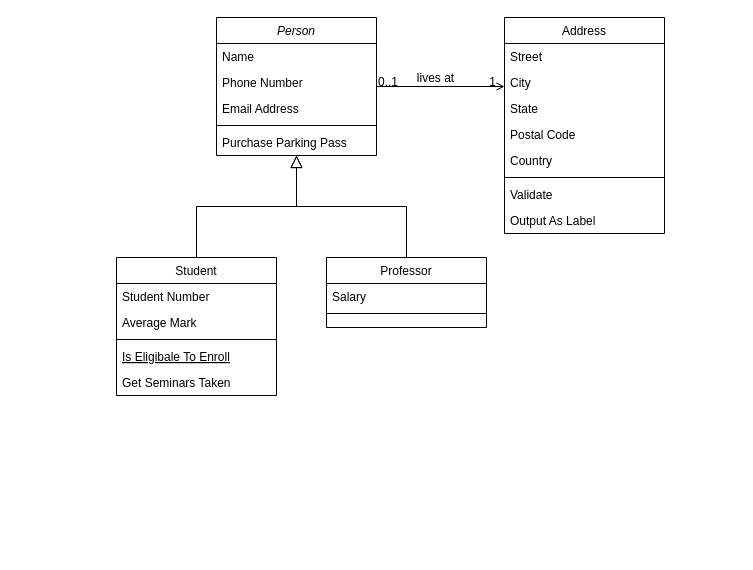
Earlier version of the draw.io diagram Untitled Diagram.drawio (Yulia1204/git). Source tidied: cells renumbered, new cells numbered last; positions are measured from the earlier drawing's top-left corner, leaving out a move shared by most shapes. Both pictures are drawn from the tidied source at 100%, with x=0, y=0 at pixel (116, 17).
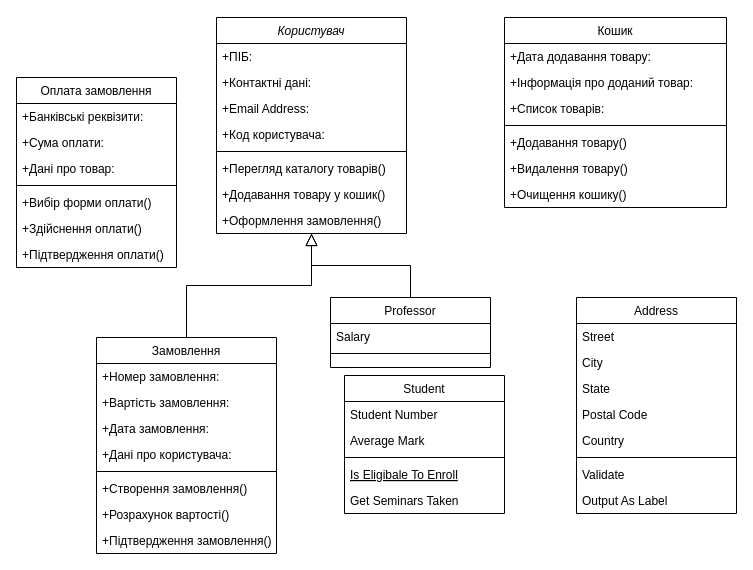
The same page after the edit.

Change to the diagram source:
```diff
@@
-    <mxCell id="2" value="Person" style="swimlane;fontStyle=2;align=center;verticalAlign=top;horizontal=1;startSize=26;rounded=0;shadow=0;strokeWidth=1;" parent="1" vertex="1">
-      <mxGeometry x="100" width="160" height="138" as="geometry" />
+    <mxCell id="2" value="Користувач" style="swimlane;fontStyle=2;align=center;verticalAlign=top;horizontal=1;startSize=26;rounded=0;shadow=0;strokeWidth=1;" parent="1" vertex="1">
+      <mxGeometry x="100" width="190" height="216" as="geometry" />
     </mxCell>
-    <mxCell id="3" value="Name" style="text;align=left;verticalAlign=top;spacingLeft=4;spacingRight=4;overflow=hidden;" parent="2" vertex="1">
-      <mxGeometry y="26" width="160" height="26" as="geometry" />
+    <mxCell id="3" value="+ПІБ:" style="text;align=left;verticalAlign=top;spacingLeft=4;spacingRight=4;overflow=hidden;" parent="2" vertex="1">
+      <mxGeometry y="26" width="190" height="26" as="geometry" />
     </mxCell>
-    <mxCell id="4" value="Phone Number" style="text;align=left;verticalAlign=top;spacingLeft=4;spacingRight=4;overflow=hidden;rounded=0;shadow=0;html=0;" parent="2" vertex="1">
-      <mxGeometry y="52" width="160" height="26" as="geometry" />
+    <mxCell id="4" value="+Контактні дані:" style="text;align=left;verticalAlign=top;spacingLeft=4;spacingRight=4;overflow=hidden;rounded=0;shadow=0;html=0;" parent="2" vertex="1">
+      <mxGeometry y="52" width="190" height="26" as="geometry" />
     </mxCell>
-    <mxCell id="5" value="Email Address" style="text;align=left;verticalAlign=top;spacingLeft=4;spacingRight=4;overflow=hidden;rounded=0;shadow=0;html=0;" parent="2" vertex="1">
-      <mxGeometry y="78" width="160" height="26" as="geometry" />
+    <mxCell id="5" value="+Email Address:" style="text;align=left;verticalAlign=top;spacingLeft=4;spacingRight=4;overflow=hidden;rounded=0;shadow=0;html=0;" parent="2" vertex="1">
+      <mxGeometry y="78" width="190" height="26" as="geometry" />
     </mxCell>
+    <mxCell id="7" value="+Код користувача:" style="text;align=left;verticalAlign=top;spacingLeft=4;spacingRight=4;overflow=hidden;" parent="2" vertex="1">
+      <mxGeometry y="104" width="190" height="26" as="geometry" />
+    </mxCell>
     <mxCell id="6" style="line;html=1;strokeWidth=1;align=left;verticalAlign=middle;spacingTop=-1;spacingLeft=3;spacingRight=3;labelPosition=right;" parent="2" vertex="1">
-      <mxGeometry y="104" width="160" height="8" as="geometry" />
+      <mxGeometry y="130" width="190" height="8" as="geometry" />
     </mxCell>
-    <mxCell id="7" value="Purchase Parking Pass" style="text;align=left;verticalAlign=top;spacingLeft=4;spacingRight=4;overflow=hidden;" parent="2" vertex="1">
-      <mxGeometry y="112" width="160" height="26" as="geometry" />
-    </mxCell>
+    <mxCell id="32" value="+Перегляд каталогу товарів()" style="text;align=left;verticalAlign=top;spacingLeft=4;spacingRight=4;overflow=hidden;" parent="2" vertex="1">
+      <mxGeometry y="138" width="190" height="26" as="geometry" />
+    </mxCell>
+    <mxCell id="33" value="+Додавання товару у кошик()" style="text;align=left;verticalAlign=top;spacingLeft=4;spacingRight=4;overflow=hidden;rounded=0;shadow=0;html=0;" parent="2" vertex="1">
+      <mxGeometry y="164" width="190" height="26" as="geometry" />
+    </mxCell>
+    <mxCell id="34" value="+Оформлення замовлення()" style="text;align=left;verticalAlign=top;spacingLeft=4;spacingRight=4;overflow=hidden;rounded=0;shadow=0;html=0;" parent="2" vertex="1">
+      <mxGeometry y="190" width="190" height="26" as="geometry" />
+    </mxCell>
-    <mxCell id="8" value="Student" style="swimlane;fontStyle=0;align=center;verticalAlign=top;horizontal=1;startSize=26;rounded=0;shadow=0;strokeWidth=1;" parent="1" vertex="1">
-      <mxGeometry y="240" width="160" height="138" as="geometry" />
+    <mxCell id="8" value="Замовлення" style="swimlane;fontStyle=0;align=center;verticalAlign=top;horizontal=1;startSize=26;rounded=0;shadow=0;strokeWidth=1;" parent="1" vertex="1">
+      <mxGeometry x="-20" y="320" width="180" height="216" as="geometry" />
     </mxCell>
-    <mxCell id="9" value="Student Number" style="text;align=left;verticalAlign=top;spacingLeft=4;spacingRight=4;overflow=hidden;" parent="8" vertex="1">
-      <mxGeometry y="26" width="160" height="26" as="geometry" />
+    <mxCell id="9" value="+Номер замовлення:" style="text;align=left;verticalAlign=top;spacingLeft=4;spacingRight=4;overflow=hidden;" parent="8" vertex="1">
+      <mxGeometry y="26" width="180" height="26" as="geometry" />
     </mxCell>
-    <mxCell id="10" value="Average Mark" style="text;align=left;verticalAlign=top;spacingLeft=4;spacingRight=4;overflow=hidden;rounded=0;shadow=0;html=0;" parent="8" vertex="1">
-      <mxGeometry y="52" width="160" height="26" as="geometry" />
+    <mxCell id="10" value="+Вартість замовлення:" style="text;align=left;verticalAlign=top;spacingLeft=4;spacingRight=4;overflow=hidden;rounded=0;shadow=0;html=0;" parent="8" vertex="1">
+      <mxGeometry y="52" width="180" height="26" as="geometry" />
     </mxCell>
+    <mxCell id="13" value="+Дата замовлення:" style="text;align=left;verticalAlign=top;spacingLeft=4;spacingRight=4;overflow=hidden;" parent="8" vertex="1">
+      <mxGeometry y="78" width="180" height="26" as="geometry" />
+    </mxCell>
+    <mxCell id="35" value="+Дані про користувача:" style="text;align=left;verticalAlign=top;spacingLeft=4;spacingRight=4;overflow=hidden;" parent="8" vertex="1">
+      <mxGeometry y="104" width="180" height="26" as="geometry" />
+    </mxCell>
     <mxCell id="11" style="line;html=1;strokeWidth=1;align=left;verticalAlign=middle;spacingTop=-1;spacingLeft=3;spacingRight=3;labelPosition=right;" parent="8" vertex="1">
-      <mxGeometry y="78" width="160" height="8" as="geometry" />
+      <mxGeometry y="130" width="180" height="8" as="geometry" />
     </mxCell>
-    <mxCell id="12" value="Is Eligibale To Enroll" style="text;align=left;verticalAlign=top;spacingLeft=4;spacingRight=4;overflow=hidden;fontStyle=4;" parent="8" vertex="1">
-      <mxGeometry y="86" width="160" height="26" as="geometry" />
-    </mxCell>
-    <mxCell id="13" value="Get Seminars Taken" style="text;align=left;verticalAlign=top;spacingLeft=4;spacingRight=4;overflow=hidden;" parent="8" vertex="1">
-      <mxGeometry y="112" width="160" height="26" as="geometry" />
-    </mxCell>
+    <mxCell id="36" value="+Створення замовлення()" style="text;align=left;verticalAlign=top;spacingLeft=4;spacingRight=4;overflow=hidden;rounded=0;shadow=0;html=0;" parent="8" vertex="1">
+      <mxGeometry y="138" width="180" height="26" as="geometry" />
+    </mxCell>
+    <mxCell id="37" value="+Розрахунок вартості()" style="text;align=left;verticalAlign=top;spacingLeft=4;spacingRight=4;overflow=hidden;rounded=0;shadow=0;html=0;" parent="8" vertex="1">
+      <mxGeometry y="164" width="180" height="26" as="geometry" />
+    </mxCell>
+    <mxCell id="38" value="+Підтвердження замовлення()" style="text;align=left;verticalAlign=top;spacingLeft=4;spacingRight=4;overflow=hidden;rounded=0;shadow=0;html=0;" parent="8" vertex="1">
+      <mxGeometry y="190" width="180" height="26" as="geometry" />
+    </mxCell>
@@
     <mxCell id="15" value="Professor" style="swimlane;fontStyle=0;align=center;verticalAlign=top;horizontal=1;startSize=26;rounded=0;shadow=0;strokeWidth=1;" parent="1" vertex="1">
-      <mxGeometry x="210" y="240" width="160" height="70" as="geometry" />
+      <mxGeometry x="214" y="280" width="160" height="70" as="geometry" />
     </mxCell>
@@
-    <mxCell id="19" value="Address" style="swimlane;fontStyle=0;align=center;verticalAlign=top;horizontal=1;startSize=26;rounded=0;shadow=0;strokeWidth=1;" parent="1" vertex="1">
-      <mxGeometry x="388" width="160" height="216" as="geometry" />
+    <mxCell id="19" value="Кошик" style="swimlane;fontStyle=0;align=center;verticalAlign=top;horizontal=1;startSize=26;rounded=0;shadow=0;strokeWidth=1;" parent="1" vertex="1">
+      <mxGeometry x="388" width="222" height="190" as="geometry" />
     </mxCell>
-    <mxCell id="20" value="Street" style="text;align=left;verticalAlign=top;spacingLeft=4;spacingRight=4;overflow=hidden;" parent="19" vertex="1">
-      <mxGeometry y="26" width="160" height="26" as="geometry" />
+    <mxCell id="20" value="+Дата додавання товару:" style="text;align=left;verticalAlign=top;spacingLeft=4;spacingRight=4;overflow=hidden;" parent="19" vertex="1">
+      <mxGeometry y="26" width="222" height="26" as="geometry" />
     </mxCell>
-    <mxCell id="21" value="City" style="text;align=left;verticalAlign=top;spacingLeft=4;spacingRight=4;overflow=hidden;rounded=0;shadow=0;html=0;" parent="19" vertex="1">
-      <mxGeometry y="52" width="160" height="26" as="geometry" />
+    <mxCell id="21" value="+Інформація про доданий товар:" style="text;align=left;verticalAlign=top;spacingLeft=4;spacingRight=4;overflow=hidden;rounded=0;shadow=0;html=0;" parent="19" vertex="1">
+      <mxGeometry y="52" width="222" height="26" as="geometry" />
     </mxCell>
-    <mxCell id="22" value="State" style="text;align=left;verticalAlign=top;spacingLeft=4;spacingRight=4;overflow=hidden;rounded=0;shadow=0;html=0;" parent="19" vertex="1">
-      <mxGeometry y="78" width="160" height="26" as="geometry" />
+    <mxCell id="22" value="+Список товарів:" style="text;align=left;verticalAlign=top;spacingLeft=4;spacingRight=4;overflow=hidden;rounded=0;shadow=0;html=0;" parent="19" vertex="1">
+      <mxGeometry y="78" width="222" height="26" as="geometry" />
     </mxCell>
+    <mxCell id="25" style="line;html=1;strokeWidth=1;align=left;verticalAlign=middle;spacingTop=-1;spacingLeft=3;spacingRight=3;labelPosition=right;" parent="19" vertex="1">
+      <mxGeometry y="104" width="222" height="8" as="geometry" />
+    </mxCell>
-    <mxCell id="23" value="Postal Code" style="text;align=left;verticalAlign=top;spacingLeft=4;spacingRight=4;overflow=hidden;rounded=0;shadow=0;html=0;" parent="19" vertex="1">
-      <mxGeometry y="104" width="160" height="26" as="geometry" />
+    <mxCell id="23" value="+Додавання товару()" style="text;align=left;verticalAlign=top;spacingLeft=4;spacingRight=4;overflow=hidden;rounded=0;shadow=0;html=0;" parent="19" vertex="1">
+      <mxGeometry y="112" width="222" height="26" as="geometry" />
     </mxCell>
-    <mxCell id="24" value="Country" style="text;align=left;verticalAlign=top;spacingLeft=4;spacingRight=4;overflow=hidden;rounded=0;shadow=0;html=0;" parent="19" vertex="1">
-      <mxGeometry y="130" width="160" height="26" as="geometry" />
+    <mxCell id="24" value="+Видалення товару()" style="text;align=left;verticalAlign=top;spacingLeft=4;spacingRight=4;overflow=hidden;rounded=0;shadow=0;html=0;" parent="19" vertex="1">
+      <mxGeometry y="138" width="222" height="26" as="geometry" />
     </mxCell>
-    <mxCell id="25" style="line;html=1;strokeWidth=1;align=left;verticalAlign=middle;spacingTop=-1;spacingLeft=3;spacingRight=3;labelPosition=right;" parent="19" vertex="1">
-      <mxGeometry y="156" width="160" height="8" as="geometry" />
-    </mxCell>
-    <mxCell id="26" value="Validate" style="text;align=left;verticalAlign=top;spacingLeft=4;spacingRight=4;overflow=hidden;" parent="19" vertex="1">
-      <mxGeometry y="164" width="160" height="26" as="geometry" />
+    <mxCell id="26" value="+Очищення кошику()" style="text;align=left;verticalAlign=top;spacingLeft=4;spacingRight=4;overflow=hidden;" parent="19" vertex="1">
+      <mxGeometry y="164" width="222" height="26" as="geometry" />
     </mxCell>
+    <mxCell id="39" value="Address" style="swimlane;fontStyle=0;align=center;verticalAlign=top;horizontal=1;startSize=26;rounded=0;shadow=0;strokeWidth=1;" parent="1" vertex="1">
+      <mxGeometry x="460" y="280" width="160" height="216" as="geometry" />
+    </mxCell>
+    <mxCell id="40" value="Street" style="text;align=left;verticalAlign=top;spacingLeft=4;spacingRight=4;overflow=hidden;" parent="39" vertex="1">
+      <mxGeometry y="26" width="160" height="26" as="geometry" />
+    </mxCell>
+    <mxCell id="41" value="City" style="text;align=left;verticalAlign=top;spacingLeft=4;spacingRight=4;overflow=hidden;rounded=0;shadow=0;html=0;" parent="39" vertex="1">
+      <mxGeometry y="52" width="160" height="26" as="geometry" />
+    </mxCell>
+    <mxCell id="42" value="State" style="text;align=left;verticalAlign=top;spacingLeft=4;spacingRight=4;overflow=hidden;rounded=0;shadow=0;html=0;" parent="39" vertex="1">
+      <mxGeometry y="78" width="160" height="26" as="geometry" />
+    </mxCell>
+    <mxCell id="43" value="Postal Code" style="text;align=left;verticalAlign=top;spacingLeft=4;spacingRight=4;overflow=hidden;rounded=0;shadow=0;html=0;" parent="39" vertex="1">
+      <mxGeometry y="104" width="160" height="26" as="geometry" />
+    </mxCell>
+    <mxCell id="44" value="Country" style="text;align=left;verticalAlign=top;spacingLeft=4;spacingRight=4;overflow=hidden;rounded=0;shadow=0;html=0;" parent="39" vertex="1">
+      <mxGeometry y="130" width="160" height="26" as="geometry" />
+    </mxCell>
+    <mxCell id="45" style="line;html=1;strokeWidth=1;align=left;verticalAlign=middle;spacingTop=-1;spacingLeft=3;spacingRight=3;labelPosition=right;" parent="39" vertex="1">
+      <mxGeometry y="156" width="160" height="8" as="geometry" />
+    </mxCell>
+    <mxCell id="46" value="Validate" style="text;align=left;verticalAlign=top;spacingLeft=4;spacingRight=4;overflow=hidden;" parent="39" vertex="1">
+      <mxGeometry y="164" width="160" height="26" as="geometry" />
+    </mxCell>
-    <mxCell id="27" value="Output As Label" style="text;align=left;verticalAlign=top;spacingLeft=4;spacingRight=4;overflow=hidden;" parent="19" vertex="1">
+    <mxCell id="27" value="Output As Label" style="text;align=left;verticalAlign=top;spacingLeft=4;spacingRight=4;overflow=hidden;" parent="39" vertex="1">
       <mxGeometry y="190" width="160" height="26" as="geometry" />
     </mxCell>
-    <mxCell id="28" style="endArrow=open;shadow=0;strokeWidth=1;rounded=0;endFill=1;edgeStyle=elbowEdgeStyle;elbow=vertical;" parent="1" edge="1" source="2" target="19">
-      <mxGeometry x="0.5" y="41" relative="1" as="geometry">
-        <mxPoint x="-40" y="32" as="offset" />
-      </mxGeometry>
-    </mxCell>
-    <mxCell id="29" value="0..1" style="align=left;verticalAlign=bottom;labelBackgroundColor=none;fontSize=12;" parent="28" vertex="1">
-      <mxGeometry x="-1" relative="1" as="geometry">
-        <mxPoint y="4" as="offset" />
-      </mxGeometry>
-    </mxCell>
-    <mxCell id="30" value="1" style="align=right;verticalAlign=bottom;labelBackgroundColor=none;fontSize=12;" parent="28" vertex="1">
-      <mxGeometry x="1" relative="1" as="geometry">
-        <mxPoint x="-7" y="4" as="offset" />
-      </mxGeometry>
-    </mxCell>
-    <mxCell id="31" value="lives at" style="text;html=1;align=center;verticalAlign=middle;labelBackgroundColor=none;rounded=0;shadow=0;strokeWidth=1;fontSize=12;" parent="28" vertex="1">
-      <mxGeometry x="0.5" y="49" relative="1" as="geometry">
-        <mxPoint x="-38" y="40" as="offset" />
-      </mxGeometry>
-    </mxCell>
+    <mxCell id="47" value="Student" style="swimlane;fontStyle=0;align=center;verticalAlign=top;horizontal=1;startSize=26;rounded=0;shadow=0;strokeWidth=1;" parent="1" vertex="1">
+      <mxGeometry x="228" y="358" width="160" height="138" as="geometry" />
+    </mxCell>
+    <mxCell id="48" value="Student Number" style="text;align=left;verticalAlign=top;spacingLeft=4;spacingRight=4;overflow=hidden;" parent="47" vertex="1">
+      <mxGeometry y="26" width="160" height="26" as="geometry" />
+    </mxCell>
+    <mxCell id="49" value="Average Mark" style="text;align=left;verticalAlign=top;spacingLeft=4;spacingRight=4;overflow=hidden;rounded=0;shadow=0;html=0;" parent="47" vertex="1">
+      <mxGeometry y="52" width="160" height="26" as="geometry" />
+    </mxCell>
+    <mxCell id="50" style="line;html=1;strokeWidth=1;align=left;verticalAlign=middle;spacingTop=-1;spacingLeft=3;spacingRight=3;labelPosition=right;" parent="47" vertex="1">
+      <mxGeometry y="78" width="160" height="8" as="geometry" />
+    </mxCell>
+    <mxCell id="12" value="Is Eligibale To Enroll" style="text;align=left;verticalAlign=top;spacingLeft=4;spacingRight=4;overflow=hidden;fontStyle=4;" parent="47" vertex="1">
+      <mxGeometry y="86" width="160" height="26" as="geometry" />
+    </mxCell>
+    <mxCell id="51" value="Get Seminars Taken" style="text;align=left;verticalAlign=top;spacingLeft=4;spacingRight=4;overflow=hidden;" parent="47" vertex="1">
+      <mxGeometry y="112" width="160" height="26" as="geometry" />
+    </mxCell>
+    <mxCell id="52" value="Оплата замовлення" style="swimlane;fontStyle=0;align=center;verticalAlign=top;horizontal=1;startSize=26;rounded=0;shadow=0;strokeWidth=1;" parent="1" vertex="1">
+      <mxGeometry x="-100" y="60" width="160" height="190" as="geometry" />
+    </mxCell>
+    <mxCell id="53" value="+Банківські реквізити:" style="text;align=left;verticalAlign=top;spacingLeft=4;spacingRight=4;overflow=hidden;" parent="52" vertex="1">
+      <mxGeometry y="26" width="160" height="26" as="geometry" />
+    </mxCell>
+    <mxCell id="54" value="+Сума оплати:" style="text;align=left;verticalAlign=top;spacingLeft=4;spacingRight=4;overflow=hidden;rounded=0;shadow=0;html=0;" parent="52" vertex="1">
+      <mxGeometry y="52" width="160" height="26" as="geometry" />
+    </mxCell>
+    <mxCell id="55" value="+Дані про товар:" style="text;align=left;verticalAlign=top;spacingLeft=4;spacingRight=4;overflow=hidden;rounded=0;shadow=0;html=0;" parent="52" vertex="1">
+      <mxGeometry y="78" width="160" height="26" as="geometry" />
+    </mxCell>
+    <mxCell id="56" style="line;html=1;strokeWidth=1;align=left;verticalAlign=middle;spacingTop=-1;spacingLeft=3;spacingRight=3;labelPosition=right;" parent="52" vertex="1">
+      <mxGeometry y="104" width="160" height="8" as="geometry" />
+    </mxCell>
+    <mxCell id="57" value="+Вибір форми оплати()" style="text;align=left;verticalAlign=top;spacingLeft=4;spacingRight=4;overflow=hidden;" parent="52" vertex="1">
+      <mxGeometry y="112" width="160" height="26" as="geometry" />
+    </mxCell>
+    <mxCell id="58" value="+Здійснення оплати()" style="text;align=left;verticalAlign=top;spacingLeft=4;spacingRight=4;overflow=hidden;" parent="52" vertex="1">
+      <mxGeometry y="138" width="160" height="26" as="geometry" />
+    </mxCell>
+    <mxCell id="59" value="+Підтвердження оплати()" style="text;align=left;verticalAlign=top;spacingLeft=4;spacingRight=4;overflow=hidden;" parent="52" vertex="1">
+      <mxGeometry y="164" width="160" height="26" as="geometry" />
+    </mxCell>
```
